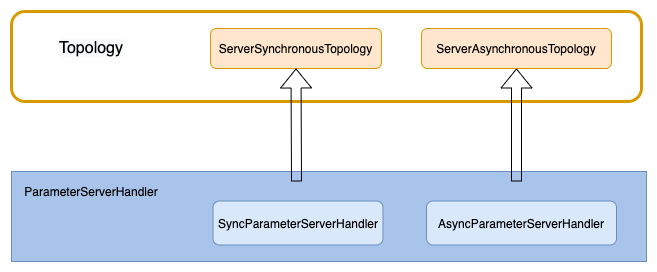
Earlier version of the draw.io export docs/imgs/fedlab-server.png (SMILELab-FL/FedLab). Source tidied: cells renumbered, new cells last; positions are measured from the earlier drawing's top-left corner, leaving out a move shared by most shapes. The source it was exported from:
```xml
<mxGraphModel>
  <root>
    <mxCell id="0" />
    <mxCell id="1" parent="0" />
    <mxCell id="2" style="whiteSpace=wrap;html=1;rounded=1;sketch=0;strokeColor=#d79b00;fillColor=none;strokeWidth=3;" parent="1" vertex="1">
      <mxGeometry width="630" height="90" as="geometry" />
    </mxCell>
    <mxCell id="3" style="whiteSpace=wrap;html=1;strokeColor=#6c8ebf;rounded=0;sketch=0;fillColor=#A9C4EB;" parent="1" vertex="1">
      <mxGeometry y="160" width="635" height="90" as="geometry" />
    </mxCell>
    <mxCell id="4" value="&lt;span&gt;ServerAsynchronousTopology&lt;/span&gt;" style="rounded=1;whiteSpace=wrap;html=1;sketch=0;fillColor=#ffe6cc;strokeColor=#d79b00;" parent="1" vertex="1">
      <mxGeometry x="410" y="17" width="190" height="40" as="geometry" />
    </mxCell>
    <mxCell id="5" value="SyncParameterServerHandler" style="whiteSpace=wrap;html=1;strokeColor=#6c8ebf;fillColor=#dae8fc;rounded=1;sketch=0;" parent="1" vertex="1">
      <mxGeometry x="201.5" y="189.5" width="170" height="44" as="geometry" />
    </mxCell>
    <mxCell id="6" value="AsyncParameterServerHandler" style="whiteSpace=wrap;html=1;strokeColor=#6c8ebf;fillColor=#dae8fc;rounded=1;sketch=0;" parent="1" vertex="1">
      <mxGeometry x="415" y="189.5" width="190" height="44" as="geometry" />
    </mxCell>
    <mxCell id="7" value="&lt;span&gt;ServerSynchronousTopology&lt;/span&gt;" style="rounded=1;whiteSpace=wrap;html=1;sketch=0;fillColor=#ffe6cc;strokeColor=#d79b00;" parent="1" vertex="1">
      <mxGeometry x="199" y="17" width="171" height="40" as="geometry" />
    </mxCell>
    <mxCell id="8" value="&lt;meta charset=&quot;utf-8&quot;&gt;&lt;span style=&quot;color: rgb(0, 0, 0); font-family: helvetica; font-size: 16px; font-style: normal; font-weight: 400; letter-spacing: normal; text-align: center; text-indent: 0px; text-transform: none; word-spacing: 0px; background-color: rgb(248, 249, 250); display: inline; float: none;&quot;&gt;Topology&lt;/span&gt;" style="text;html=1;strokeColor=none;fillColor=none;align=center;verticalAlign=middle;whiteSpace=wrap;rounded=0;dashed=1;" parent="1" vertex="1">
      <mxGeometry x="40" y="27" width="80" height="20" as="geometry" />
    </mxCell>
    <mxCell id="9" style="shape=flexArrow;endArrow=classic;html=1;entryX=0.5;entryY=1;entryDx=0;entryDy=0;" parent="1" edge="1" target="7">
      <mxGeometry relative="1" as="geometry">
        <mxPoint x="285" y="170" as="sourcePoint" />
      </mxGeometry>
    </mxCell>
    <mxCell id="10" style="shape=flexArrow;endArrow=classic;html=1;entryX=0.5;entryY=1;entryDx=0;entryDy=0;" parent="1" edge="1" target="4">
      <mxGeometry relative="1" as="geometry">
        <mxPoint x="505" y="170" as="sourcePoint" />
      </mxGeometry>
    </mxCell>
    <mxCell id="11" value="ParameterServerHandler" style="text;html=1;strokeColor=none;fillColor=none;align=center;verticalAlign=middle;whiteSpace=wrap;rounded=0;" parent="1" vertex="1">
      <mxGeometry x="60" y="169.5" width="40" height="20" as="geometry" />
    </mxCell>
  </root>
</mxGraphModel>
```
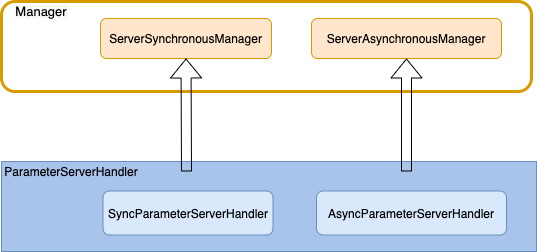
After the commit.

Change to the diagram source:
```diff
@@ -3,12 +3,12 @@
     <mxCell id="0" />
     <mxCell id="1" parent="0" />
     <mxCell id="2" style="whiteSpace=wrap;html=1;rounded=1;sketch=0;strokeColor=#d79b00;fillColor=none;strokeWidth=3;" parent="1" vertex="1">
-      <mxGeometry width="630" height="90" as="geometry" />
+      <mxGeometry x="100" width="530" height="90" as="geometry" />
     </mxCell>
     <mxCell id="3" style="whiteSpace=wrap;html=1;strokeColor=#6c8ebf;rounded=0;sketch=0;fillColor=#A9C4EB;" parent="1" vertex="1">
-      <mxGeometry y="160" width="635" height="90" as="geometry" />
+      <mxGeometry x="100" y="160" width="535" height="90" as="geometry" />
     </mxCell>
-    <mxCell id="4" value="&lt;span&gt;ServerAsynchronousTopology&lt;/span&gt;" style="rounded=1;whiteSpace=wrap;html=1;sketch=0;fillColor=#ffe6cc;strokeColor=#d79b00;" parent="1" vertex="1">
+    <mxCell id="4" value="&lt;span&gt;ServerAsynchronousManager&lt;/span&gt;" style="rounded=1;whiteSpace=wrap;html=1;sketch=0;fillColor=#ffe6cc;strokeColor=#d79b00;" parent="1" vertex="1">
       <mxGeometry x="410" y="17" width="190" height="40" as="geometry" />
     </mxCell>
     <mxCell id="5" value="SyncParameterServerHandler" style="whiteSpace=wrap;html=1;strokeColor=#6c8ebf;fillColor=#dae8fc;rounded=1;sketch=0;" parent="1" vertex="1">
@@ -17,11 +17,11 @@
     <mxCell id="6" value="AsyncParameterServerHandler" style="whiteSpace=wrap;html=1;strokeColor=#6c8ebf;fillColor=#dae8fc;rounded=1;sketch=0;" parent="1" vertex="1">
       <mxGeometry x="415" y="189.5" width="190" height="44" as="geometry" />
     </mxCell>
-    <mxCell id="7" value="&lt;span&gt;ServerSynchronousTopology&lt;/span&gt;" style="rounded=1;whiteSpace=wrap;html=1;sketch=0;fillColor=#ffe6cc;strokeColor=#d79b00;" parent="1" vertex="1">
+    <mxCell id="7" value="&lt;span&gt;ServerSynchronousManager&lt;/span&gt;" style="rounded=1;whiteSpace=wrap;html=1;sketch=0;fillColor=#ffe6cc;strokeColor=#d79b00;" parent="1" vertex="1">
       <mxGeometry x="199" y="17" width="171" height="40" as="geometry" />
     </mxCell>
-    <mxCell id="8" value="&lt;meta charset=&quot;utf-8&quot;&gt;&lt;span style=&quot;color: rgb(0, 0, 0); font-family: helvetica; font-size: 16px; font-style: normal; font-weight: 400; letter-spacing: normal; text-align: center; text-indent: 0px; text-transform: none; word-spacing: 0px; background-color: rgb(248, 249, 250); display: inline; float: none;&quot;&gt;Topology&lt;/span&gt;" style="text;html=1;strokeColor=none;fillColor=none;align=center;verticalAlign=middle;whiteSpace=wrap;rounded=0;dashed=1;" parent="1" vertex="1">
-      <mxGeometry x="40" y="27" width="80" height="20" as="geometry" />
+    <mxCell id="8" value="&lt;span style=&quot;color: rgb(0 , 0 , 0) ; font-family: &amp;#34;helvetica&amp;#34; ; font-style: normal ; font-weight: 400 ; letter-spacing: normal ; text-align: center ; text-indent: 0px ; text-transform: none ; word-spacing: 0px ; background-color: rgb(248 , 249 , 250) ; display: inline ; float: none&quot;&gt;&lt;font style=&quot;font-size: 13px&quot;&gt;Manager&lt;/font&gt;&lt;/span&gt;" style="text;html=1;strokeColor=none;fillColor=none;align=center;verticalAlign=middle;whiteSpace=wrap;rounded=0;dashed=1;" parent="1" vertex="1">
+      <mxGeometry x="100" width="80" height="20" as="geometry" />
     </mxCell>
     <mxCell id="9" style="shape=flexArrow;endArrow=classic;html=1;entryX=0.5;entryY=1;entryDx=0;entryDy=0;" parent="1" edge="1" target="7">
       <mxGeometry relative="1" as="geometry">
@@ -34,7 +34,7 @@
       </mxGeometry>
     </mxCell>
     <mxCell id="11" value="ParameterServerHandler" style="text;html=1;strokeColor=none;fillColor=none;align=center;verticalAlign=middle;whiteSpace=wrap;rounded=0;" parent="1" vertex="1">
-      <mxGeometry x="60" y="169.5" width="40" height="20" as="geometry" />
+      <mxGeometry x="150" y="160" width="40" height="20" as="geometry" />
     </mxCell>
   </root>
 </mxGraphModel>
```
